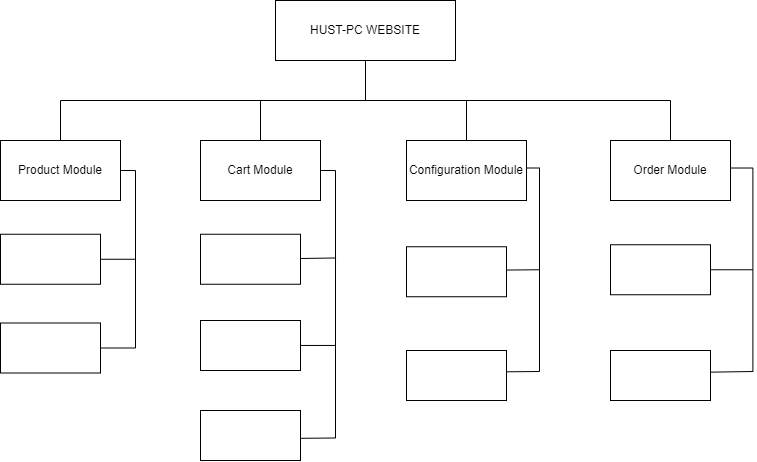
The draw.io diagram design/imgs/decomposition.drawio.png in dtruong46me/hustpc-project, before a commit. Source tidied: cells renumbered, new cells last; positions are measured from the earlier drawing's top-left corner, leaving out a move shared by most shapes.
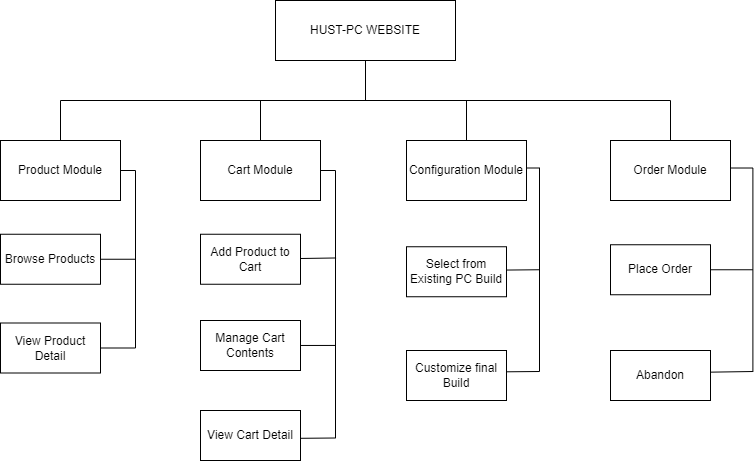
The same file after the commit.

Change to the diagram source:
```diff
@@ -48,7 +48,7 @@
     <mxCell id="12" value="Order Module" style="rounded=0;whiteSpace=wrap;html=1;" parent="1" vertex="1">
       <mxGeometry x="610" y="140" width="120" height="60" as="geometry" />
     </mxCell>
-    <mxCell id="13" style="rounded=0;whiteSpace=wrap;html=1;" parent="1" vertex="1">
+    <mxCell id="13" value="Browse Products" style="rounded=0;whiteSpace=wrap;html=1;" parent="1" vertex="1">
       <mxGeometry y="233.8" width="100" height="50" as="geometry" />
     </mxCell>
     <mxCell id="14" style="edgeStyle=none;html=1;exitX=0.5;exitY=0;exitDx=0;exitDy=0;entryX=1;entryY=0.5;entryDx=0;entryDy=0;endArrow=none;endFill=0;" parent="1" edge="1" source="16" target="13">
@@ -60,22 +60,22 @@
     <mxCell id="16" style="shape=partialRectangle;whiteSpace=wrap;html=1;bottom=0;right=0;fillColor=none;rotation=90;" parent="1" vertex="1">
       <mxGeometry x="38.8" y="251.2" width="177.5" height="15" as="geometry" />
     </mxCell>
-    <mxCell id="17" style="rounded=0;whiteSpace=wrap;html=1;" parent="1" vertex="1">
+    <mxCell id="17" value="View Product Detail" style="rounded=0;whiteSpace=wrap;html=1;" parent="1" vertex="1">
       <mxGeometry y="322.5" width="100" height="50" as="geometry" />
     </mxCell>
     <mxCell id="18" style="edgeStyle=none;html=1;entryX=0.327;entryY=-0.037;entryDx=0;entryDy=0;entryPerimeter=0;endArrow=none;endFill=0;" parent="1" edge="1" source="19" target="24">
       <mxGeometry relative="1" as="geometry" />
     </mxCell>
-    <mxCell id="19" style="rounded=0;whiteSpace=wrap;html=1;" parent="1" vertex="1">
+    <mxCell id="19" value="Add Product to Cart" style="rounded=0;whiteSpace=wrap;html=1;" parent="1" vertex="1">
       <mxGeometry x="200" y="233.8" width="100" height="50" as="geometry" />
     </mxCell>
     <mxCell id="20" style="edgeStyle=none;html=1;entryX=0.654;entryY=0.008;entryDx=0;entryDy=0;entryPerimeter=0;endArrow=none;endFill=0;" parent="1" edge="1" source="21" target="24">
       <mxGeometry relative="1" as="geometry" />
     </mxCell>
-    <mxCell id="21" style="rounded=0;whiteSpace=wrap;html=1;" parent="1" vertex="1">
+    <mxCell id="21" value="Manage Cart Contents" style="rounded=0;whiteSpace=wrap;html=1;" parent="1" vertex="1">
       <mxGeometry x="200" y="320" width="100" height="50" as="geometry" />
     </mxCell>
-    <mxCell id="22" style="rounded=0;whiteSpace=wrap;html=1;" parent="1" vertex="1">
+    <mxCell id="22" value="View Cart Detail" style="rounded=0;whiteSpace=wrap;html=1;" parent="1" vertex="1">
       <mxGeometry x="200" y="410" width="100" height="50" as="geometry" />
     </mxCell>
     <mxCell id="23" style="edgeStyle=none;html=1;exitX=1;exitY=0;exitDx=0;exitDy=0;entryX=0.999;entryY=0.556;entryDx=0;entryDy=0;entryPerimeter=0;endArrow=none;endFill=0;" parent="1" edge="1" source="24" target="22">
@@ -84,10 +84,10 @@
     <mxCell id="24" style="shape=partialRectangle;whiteSpace=wrap;html=1;bottom=0;right=0;fillColor=none;rotation=90;" parent="1" vertex="1">
       <mxGeometry x="193.8" y="296.2" width="267.5" height="15" as="geometry" />
     </mxCell>
-    <mxCell id="25" style="rounded=0;whiteSpace=wrap;html=1;" parent="1" vertex="1">
+    <mxCell id="25" value="Select from Existing PC Build" style="rounded=0;whiteSpace=wrap;html=1;" parent="1" vertex="1">
       <mxGeometry x="406" y="246.2" width="100" height="50" as="geometry" />
     </mxCell>
-    <mxCell id="26" style="rounded=0;whiteSpace=wrap;html=1;" parent="1" vertex="1">
+    <mxCell id="26" value="Customize final Build" style="rounded=0;whiteSpace=wrap;html=1;" parent="1" vertex="1">
       <mxGeometry x="406" y="350" width="100" height="50" as="geometry" />
     </mxCell>
     <mxCell id="27" style="edgeStyle=none;html=1;exitX=1;exitY=0;exitDx=0;exitDy=0;entryX=1.002;entryY=0.426;entryDx=0;entryDy=0;entryPerimeter=0;endArrow=none;endFill=0;" parent="1" edge="1" source="29" target="26">
@@ -102,10 +102,10 @@
     <mxCell id="30" style="edgeStyle=none;html=1;entryX=0.5;entryY=0;entryDx=0;entryDy=0;endArrow=none;endFill=0;" parent="1" edge="1" source="31" target="34">
       <mxGeometry relative="1" as="geometry" />
     </mxCell>
-    <mxCell id="31" style="rounded=0;whiteSpace=wrap;html=1;" parent="1" vertex="1">
+    <mxCell id="31" value="Place Order" style="rounded=0;whiteSpace=wrap;html=1;" parent="1" vertex="1">
       <mxGeometry x="610" y="244.2" width="100" height="50" as="geometry" />
     </mxCell>
-    <mxCell id="32" style="rounded=0;whiteSpace=wrap;html=1;" parent="1" vertex="1">
+    <mxCell id="32" value="Abandon" style="rounded=0;whiteSpace=wrap;html=1;" parent="1" vertex="1">
       <mxGeometry x="610" y="350" width="100" height="50" as="geometry" />
     </mxCell>
     <mxCell id="33" style="edgeStyle=none;html=1;exitX=1;exitY=0;exitDx=0;exitDy=0;entryX=1.003;entryY=0.433;entryDx=0;entryDy=0;entryPerimeter=0;endArrow=none;endFill=0;" parent="1" edge="1" source="34" target="32">
```
